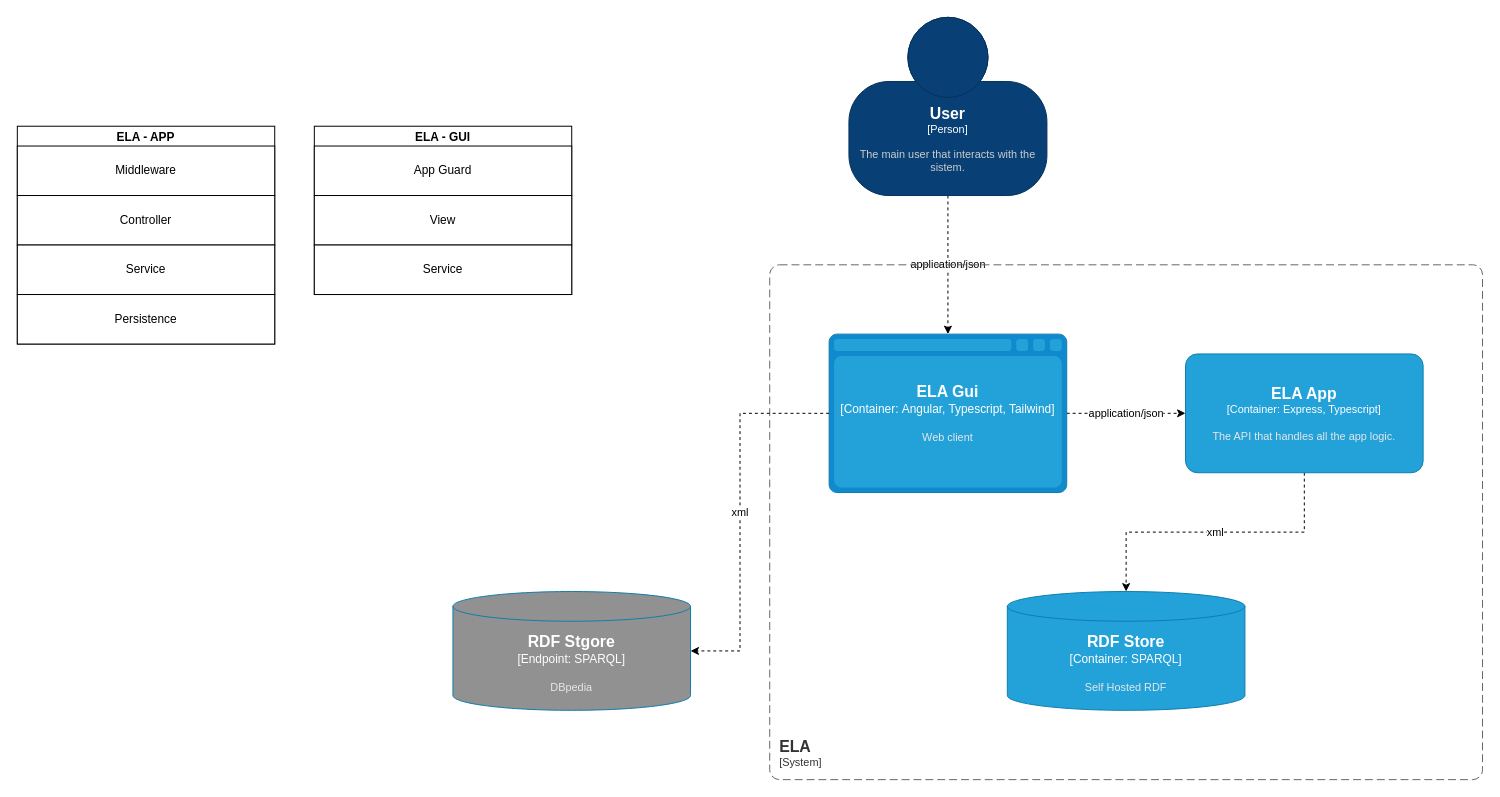
Above: page "Page-1" (1 of 3) of diagrams/ela.drawio in valentin-stamate/ELA (draw.io), before the change. Source tidied: cells renumbered, new cells numbered last; positions are measured from the earlier drawing's top-left corner, leaving out a move shared by most shapes. Both pictures are drawn from the tidied source at 99%, with x=0, y=0 at pixel (17, 17).
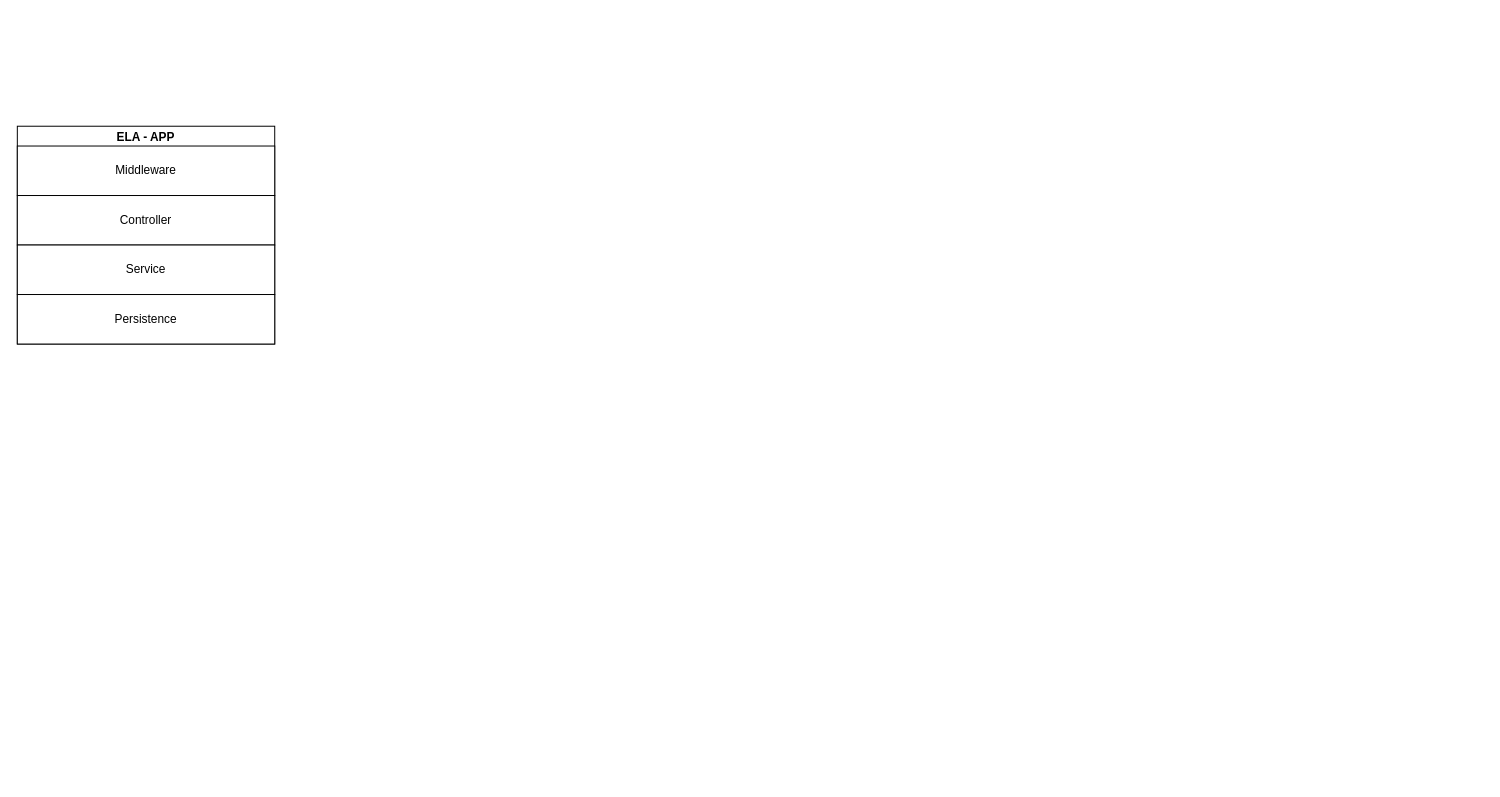
Above is the later version.

What changed in the source:
```diff
@@
-    <mxCell id="7" value="&lt;p style=&quot;margin:0px;margin-top:4px;text-align:center;&quot;&gt;&lt;b&gt;ELA - GUI&lt;/b&gt;&lt;/p&gt;&lt;hr size=&quot;1&quot;&gt;&lt;p style=&quot;margin:0px;margin-left:4px;&quot;&gt;&lt;br&gt;&lt;/p&gt;" style="verticalAlign=top;align=left;overflow=fill;fontSize=12;fontFamily=Helvetica;html=1;whiteSpace=wrap;" parent="1" vertex="1">
-      <mxGeometry x="300" y="110" width="260" height="170" as="geometry" />
-    </mxCell>
-    <mxCell id="8" value="App Guard" style="html=1;whiteSpace=wrap;" parent="1" vertex="1">
-      <mxGeometry x="300" y="130" width="260" height="50" as="geometry" />
-    </mxCell>
-    <mxCell id="9" value="View" style="html=1;whiteSpace=wrap;" parent="1" vertex="1">
-      <mxGeometry x="300" y="180" width="260" height="50" as="geometry" />
-    </mxCell>
-    <mxCell id="10" value="Service" style="html=1;whiteSpace=wrap;" parent="1" vertex="1">
-      <mxGeometry x="300" y="230" width="260" height="50" as="geometry" />
-    </mxCell>
-    <mxCell id="11" value="application/json" style="edgeStyle=orthogonalEdgeStyle;rounded=0;jettySize=auto;html=1;entryX=0.5;entryY=0;entryDx=0;entryDy=0;entryPerimeter=0;dashed=1;" parent="1" edge="1" source="12" target="15">
-      <mxGeometry relative="1" as="geometry" />
-    </mxCell>
-    <object id="12" label="&lt;font style=&quot;font-size: 16px&quot;&gt;&lt;b&gt;%c4Name%&lt;/b&gt;&lt;/font&gt;&lt;div&gt;[%c4Type%]&lt;/div&gt;&lt;br&gt;&lt;div&gt;&lt;font style=&quot;font-size: 11px&quot;&gt;&lt;font color=&quot;#cccccc&quot;&gt;%c4Description%&lt;/font&gt;&lt;/div&gt;" c4Description="The main user that interacts with the sistem." c4Name="User" c4Type="Person" placeholders="1">
-      <mxCell style="html=1;fontSize=11;dashed=0;whiteSpace=wrap;fillColor=#083F75;strokeColor=#06315C;fontColor=#ffffff;shape=mxgraph.c4.person2;align=center;points=[[0.5,0,0],[1,0.5,0],[1,0.75,0],[0.75,1,0],[0.5,1,0],[0.25,1,0],[0,0.75,0],[0,0.5,0]];" parent="1" vertex="1">
-        <mxGeometry x="840" width="200" height="180" as="geometry" />
-      </mxCell>
-    </object>
-    <object id="13" label="&lt;font style=&quot;font-size: 16px&quot;&gt;&lt;b&gt;&lt;div style=&quot;text-align: left&quot;&gt;%c4Name%&lt;/div&gt;&lt;/b&gt;&lt;/font&gt;&lt;div style=&quot;text-align: left&quot;&gt;[%c4Application%]&lt;/div&gt;" c4Application="System" c4Name="ELA" placeholders="1">
-      <mxCell style="rounded=1;fontSize=11;whiteSpace=wrap;html=1;dashed=1;arcSize=20;fillColor=none;strokeColor=#666666;fontColor=#333333;labelBackgroundColor=none;align=left;verticalAlign=bottom;labelBorderColor=none;spacingTop=0;spacing=10;dashPattern=8 4;perimeter=rectanglePerimeter;noLabel=0;labelPadding=0;absoluteArcSize=1;" parent="1" vertex="1">
-        <mxGeometry x="760" y="250" width="720" height="520" as="geometry" />
-      </mxCell>
-    </object>
-    <mxCell id="14" value="application/json" style="edgeStyle=orthogonalEdgeStyle;rounded=0;jettySize=auto;html=1;dashed=1;" parent="1" edge="1" source="15" target="17">
-      <mxGeometry relative="1" as="geometry" />
-    </mxCell>
-    <object id="15" label="&lt;font style=&quot;font-size: 16px&quot;&gt;&lt;b&gt;%c4Type%&lt;/b&gt;&lt;/font&gt;&lt;div&gt;[%c4Container%:&amp;nbsp;%c4Technology%]&lt;/div&gt;&lt;br&gt;&lt;div&gt;&lt;font style=&quot;font-size: 11px&quot;&gt;&lt;font color=&quot;#E6E6E6&quot;&gt;%c4Description%&lt;/font&gt;&lt;/div&gt;" c4Container="Container" c4Description="Web client" c4Technology="Angular, Typescript, Tailwind" c4Type="ELA Gui" placeholders="1">
-      <mxCell style="shape=mxgraph.c4.webBrowserContainer2;whiteSpace=wrap;html=1;boundedLbl=1;rounded=0;labelBackgroundColor=none;strokeColor=#118ACD;fillColor=#23A2D9;strokeColor=#118ACD;strokeColor2=#0E7DAD;fontSize=12;fontColor=#ffffff;align=center;points=[[0.5,0,0],[1,0.25,0],[1,0.5,0],[1,0.75,0],[0.5,1,0],[0,0.75,0],[0,0.5,0],[0,0.25,0]];" parent="1" vertex="1">
-        <mxGeometry x="820" y="320" width="240" height="160" as="geometry" />
-      </mxCell>
-    </object>
-    <mxCell id="16" value="xml" style="edgeStyle=orthogonalEdgeStyle;rounded=0;jettySize=auto;html=1;entryX=0.5;entryY=0;entryDx=0;entryDy=0;entryPerimeter=0;dashed=1;" parent="1" edge="1" source="17" target="18">
-      <mxGeometry relative="1" as="geometry" />
-    </mxCell>
-    <object id="17" label="&lt;font style=&quot;font-size: 16px&quot;&gt;&lt;b&gt;%c4Name%&lt;/b&gt;&lt;/font&gt;&lt;div&gt;[%c4Type%: %c4Technology%]&lt;/div&gt;&lt;br&gt;&lt;div&gt;&lt;font style=&quot;font-size: 11px&quot;&gt;&lt;font color=&quot;#E6E6E6&quot;&gt;%c4Description%&lt;/font&gt;&lt;/div&gt;" c4Description="The API that handles all the app logic." c4Name="ELA App" c4Technology="Express, Typescript" c4Type="Container" placeholders="1">
-      <mxCell style="rounded=1;whiteSpace=wrap;html=1;fontSize=11;labelBackgroundColor=none;fillColor=#23A2D9;fontColor=#ffffff;align=center;arcSize=10;strokeColor=#0E7DAD;points=[[0.25,0,0],[0.5,0,0],[0.75,0,0],[1,0.25,0],[1,0.5,0],[1,0.75,0],[0.75,1,0],[0.5,1,0],[0.25,1,0],[0,0.75,0],[0,0.5,0],[0,0.25,0]];" parent="1" vertex="1">
-        <mxGeometry x="1180" y="340" width="240" height="120" as="geometry" />
-      </mxCell>
-    </object>
-    <object id="18" label="&lt;font style=&quot;font-size: 16px&quot;&gt;&lt;b&gt;%c4Type%&lt;/b&gt;&lt;/font&gt;&lt;div&gt;[%c4Container%:&amp;nbsp;%c4Technology%]&lt;/div&gt;&lt;br&gt;&lt;div&gt;&lt;font style=&quot;font-size: 11px&quot;&gt;&lt;font color=&quot;#E6E6E6&quot;&gt;%c4Description%&lt;/font&gt;&lt;/div&gt;" c4Container="Container" c4Description="Self Hosted RDF" c4Technology="SPARQL" c4Type="RDF Store" placeholders="1">
-      <mxCell style="shape=cylinder3;size=15;whiteSpace=wrap;html=1;boundedLbl=1;rounded=0;labelBackgroundColor=none;fillColor=#23A2D9;fontSize=12;fontColor=#ffffff;align=center;strokeColor=#0E7DAD;points=[[0.5,0,0],[1,0.25,0],[1,0.5,0],[1,0.75,0],[0.5,1,0],[0,0.75,0],[0,0.5,0],[0,0.25,0]];" parent="1" vertex="1">
-        <mxGeometry x="1000" y="580" width="240" height="120" as="geometry" />
-      </mxCell>
-    </object>
-    <object id="19" label="&lt;font style=&quot;font-size: 16px&quot;&gt;&lt;b&gt;%c4Type%&lt;/b&gt;&lt;/font&gt;&lt;div&gt;[%c4Container%:&amp;nbsp;%c4Technology%]&lt;/div&gt;&lt;br&gt;&lt;div&gt;&lt;font style=&quot;font-size: 11px&quot;&gt;&lt;font color=&quot;#E6E6E6&quot;&gt;%c4Description%&lt;/font&gt;&lt;/div&gt;" c4Container="Endpoint" c4Description="DBpedia" c4Technology="SPARQL" c4Type="RDF Stgore" placeholders="1">
-      <mxCell style="shape=cylinder3;size=15;whiteSpace=wrap;html=1;boundedLbl=1;rounded=0;labelBackgroundColor=none;fillColor=#919191;fontSize=12;fontColor=#ffffff;align=center;strokeColor=#0E7DAD;points=[[0.5,0,0],[1,0.25,0],[1,0.5,0],[1,0.75,0],[0.5,1,0],[0,0.75,0],[0,0.5,0],[0,0.25,0]];" parent="1" vertex="1">
-        <mxGeometry x="440" y="580" width="240" height="120" as="geometry" />
-      </mxCell>
-    </object>
-    <mxCell id="20" value="xml" style="edgeStyle=orthogonalEdgeStyle;rounded=0;jettySize=auto;html=1;dashed=1;exitX=0;exitY=0.5;exitDx=0;exitDy=0;exitPerimeter=0;" parent="1" edge="1" source="15" target="19">
-      <mxGeometry relative="1" as="geometry">
-        <Array as="points">
-          <mxPoint x="730" y="400" />
-          <mxPoint x="730" y="640" />
-        </Array>
-      </mxGeometry>
-    </mxCell>
```
